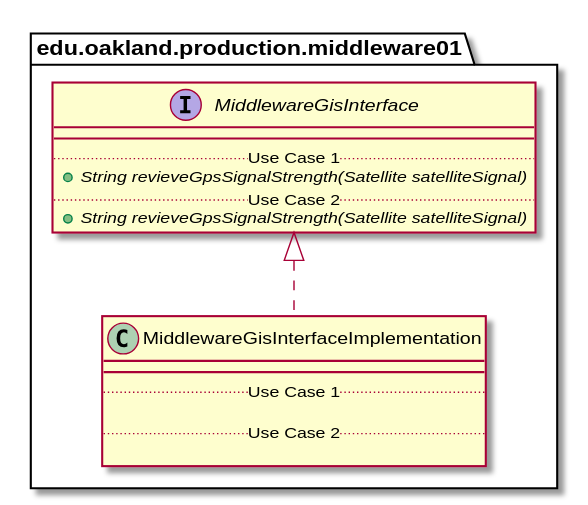
elilley15/csi-3370-software-project keeps this PlantUML diagram as docs/uml-class-diagrams/middleware01/production/MiddlewareGisInterfaceImplementation/MiddlewareGisInterfaceImplementation_DirectDependencies.svg. Above is the earlier version. The source it was exported from:
```plantuml
@startuml MiddlewareGisInterfaceImplementation_DirectDependencies


package edu.oakland.production.middleware01 {
    class MiddlewareGisInterfaceImplementation {
        __
        .. Use Case 1 ..

        .. Use Case 2 ..

    }
}



package edu.oakland.production.middleware01 {
    interface MiddlewareGisInterface {
        __
        .. Use Case 1 ..
        {abstract} + String revieveGpsSignalStrength(Satellite satelliteSignal)
        .. Use Case 2 ..
        {abstract} + String revieveGpsSignalStrength(Satellite satelliteSignal)
    }
}

MiddlewareGisInterfaceImplementation .up.|> MiddlewareGisInterface





@enduml
```
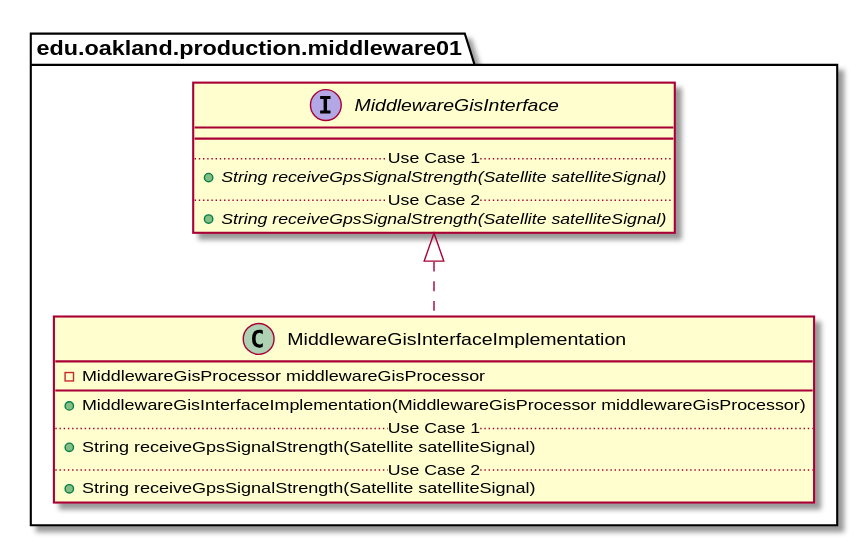
The same diagram one commit later.

Change to the diagram source:
```diff
@@ -3,11 +3,13 @@
 
 package edu.oakland.production.middleware01 {
     class MiddlewareGisInterfaceImplementation {
+        - MiddlewareGisProcessor middlewareGisProcessor
         __
+        + MiddlewareGisInterfaceImplementation(MiddlewareGisProcessor middlewareGisProcessor)
         .. Use Case 1 ..
-
+        + String receiveGpsSignalStrength(Satellite satelliteSignal)
         .. Use Case 2 ..
-
+        + String receiveGpsSignalStrength(Satellite satelliteSignal)
     }
 }
 
@@ -17,9 +19,9 @@
     interface MiddlewareGisInterface {
         __
         .. Use Case 1 ..
-        {abstract} + String revieveGpsSignalStrength(Satellite satelliteSignal)
+        {abstract} + String receiveGpsSignalStrength(Satellite satelliteSignal)
         .. Use Case 2 ..
-        {abstract} + String revieveGpsSignalStrength(Satellite satelliteSignal)
+        {abstract} + String receiveGpsSignalStrength(Satellite satelliteSignal)
     }
 }
 
```
